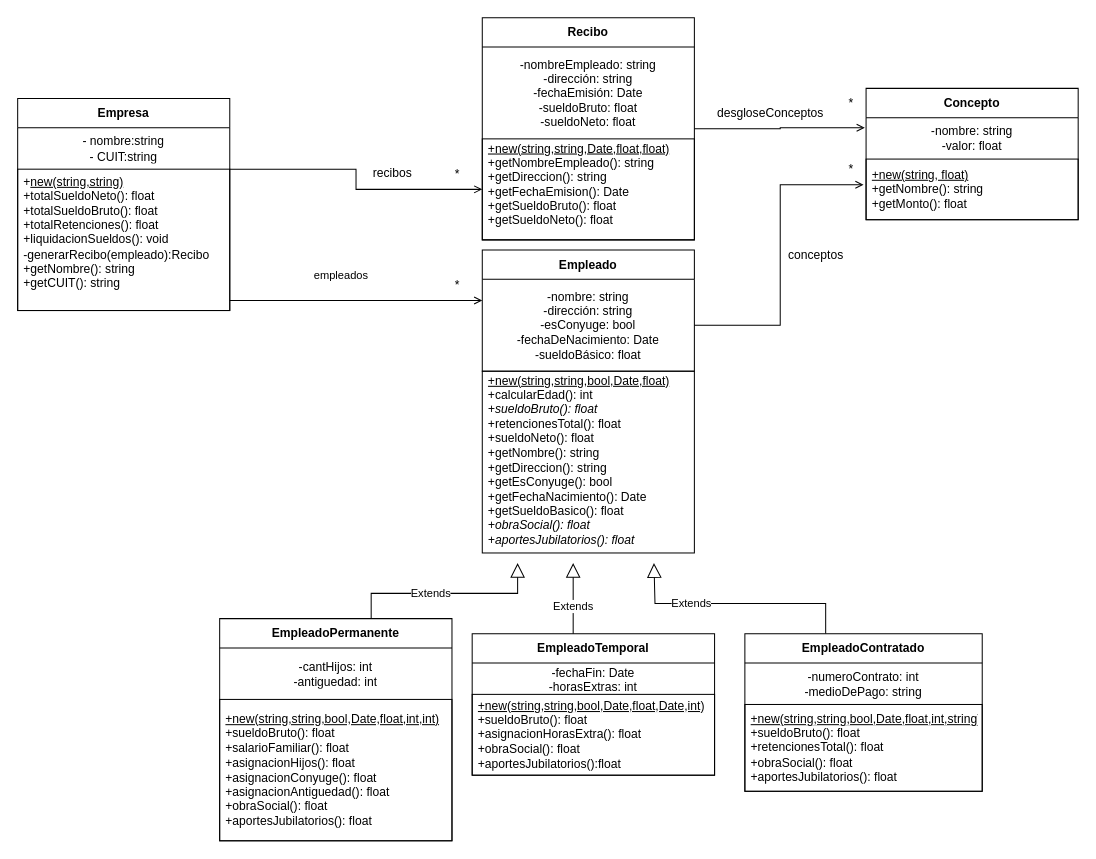
The draw.io diagram src/ar/edu/unq/po2/tp2/Ejercicio 2.drawio in titoCo12/02UNQ2do2025, before the edit. Source tidied: cells renumbered, new cells numbered last; positions are measured from the earlier drawing's top-left corner, leaving out a move shared by most shapes. Both pictures are drawn from the tidied source at 101%, with x=0, y=0 at pixel (17, 17).
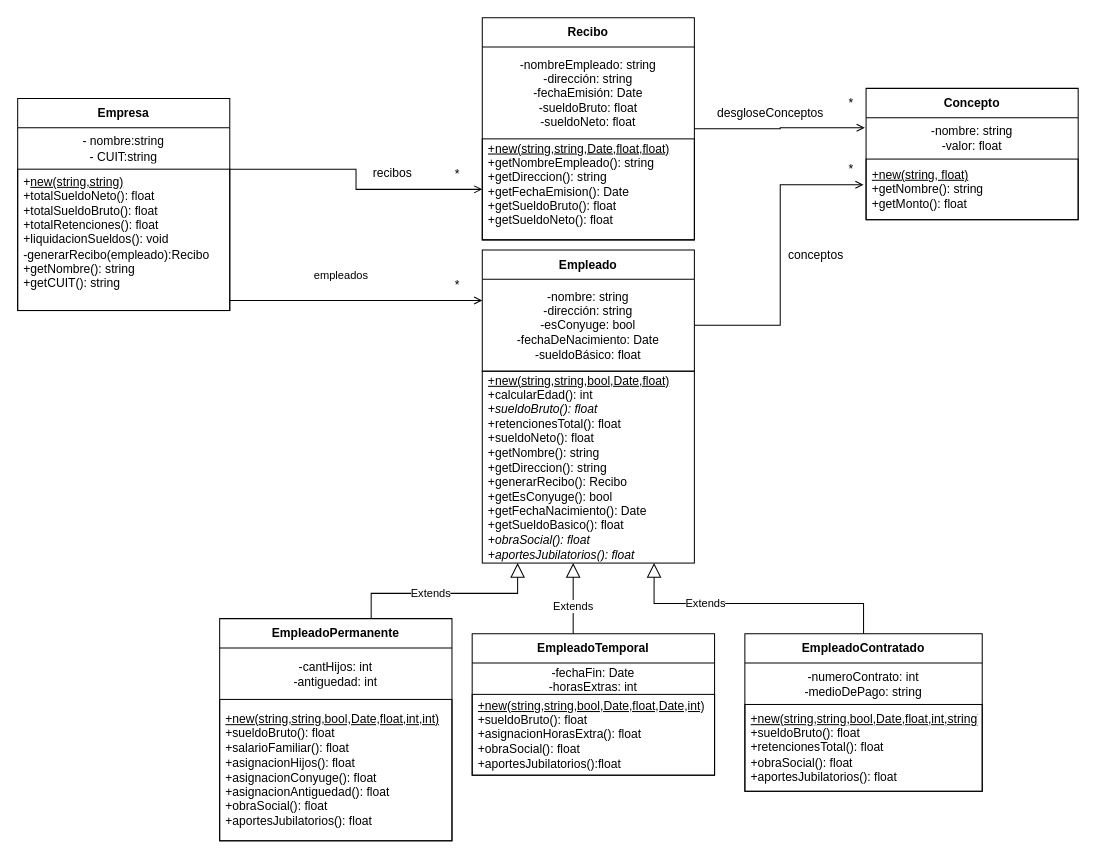
The same diagram, later.

Unchanged cells that the change refers to:
```xml
<mxCell id="36" value="EmpleadoContratado" style="swimlane;fontStyle=1;align=center;verticalAlign=middle;horizontal=1;startSize=29;html=1;whiteSpace=wrap;" parent="1" vertex="1">
  <mxGeometry x="720" y="610" width="235" height="156" as="geometry" />
</mxCell>
```

Diff of the diagram source:
```diff
@@
-    <mxCell id="17" value="&lt;div&gt;&lt;u&gt;+new(string,string,bool,Date,float)&lt;/u&gt;&lt;/div&gt;+calcularEdad(): int&lt;div&gt;&lt;i&gt;+sueldoBruto(): float&lt;/i&gt;&lt;/div&gt;&lt;div&gt;+retencionesTotal(): float&lt;/div&gt;&lt;div&gt;+sueldoNeto(): float&lt;/div&gt;&lt;div&gt;+getNombre(): string&lt;/div&gt;&lt;div&gt;+getDireccion(): string&lt;/div&gt;&lt;div&gt;+getEsConyuge(): bool&lt;/div&gt;&lt;div&gt;+getFechaNacimiento(): Date&lt;/div&gt;&lt;div&gt;+getSueldoBasico(): float&lt;/div&gt;&lt;div&gt;&lt;i&gt;+obraSocial(): float&lt;/i&gt;&lt;/div&gt;&lt;div&gt;&lt;i&gt;+aportesJubilatorios(): float&lt;/i&gt;&lt;/div&gt;&lt;div&gt;&lt;br&gt;&lt;/div&gt;&lt;div&gt;&lt;i&gt;&lt;br&gt;&lt;/i&gt;&lt;/div&gt;&lt;div&gt;&lt;br&gt;&lt;div&gt;&lt;br&gt;&lt;div&gt;&lt;br&gt;&lt;/div&gt;&lt;div&gt;&lt;br&gt;&lt;/div&gt;&lt;/div&gt;&lt;/div&gt;" style="text;html=1;strokeColor=default;fillColor=none;align=left;verticalAlign=middle;spacingLeft=4;spacingRight=4;overflow=hidden;points=[[0,0.5],[1,0.5]];portConstraint=eastwest;whiteSpace=wrap;" parent="1" vertex="1">
-      <mxGeometry x="460" y="350" width="210" height="180" as="geometry" />
+    <mxCell id="17" value="&lt;div&gt;&lt;u&gt;+new(string,string,bool,Date,float)&lt;/u&gt;&lt;/div&gt;+calcularEdad(): int&lt;div&gt;&lt;i&gt;+sueldoBruto(): float&lt;/i&gt;&lt;/div&gt;&lt;div&gt;+retencionesTotal(): float&lt;/div&gt;&lt;div&gt;+sueldoNeto(): float&lt;/div&gt;&lt;div&gt;+getNombre(): string&lt;/div&gt;&lt;div&gt;+getDireccion(): string&lt;/div&gt;&lt;div&gt;+generarRecibo(): Recibo&lt;/div&gt;&lt;div&gt;+getEsConyuge(): bool&lt;/div&gt;&lt;div&gt;+getFechaNacimiento(): Date&lt;/div&gt;&lt;div&gt;+getSueldoBasico(): float&lt;/div&gt;&lt;div&gt;&lt;i&gt;+obraSocial(): float&lt;/i&gt;&lt;/div&gt;&lt;div&gt;&lt;i&gt;+aportesJubilatorios(): float&lt;/i&gt;&lt;/div&gt;&lt;div&gt;&lt;br&gt;&lt;/div&gt;&lt;div&gt;&lt;i&gt;&lt;br&gt;&lt;/i&gt;&lt;/div&gt;&lt;div&gt;&lt;br&gt;&lt;div&gt;&lt;br&gt;&lt;div&gt;&lt;br&gt;&lt;/div&gt;&lt;div&gt;&lt;br&gt;&lt;/div&gt;&lt;/div&gt;&lt;/div&gt;" style="text;html=1;strokeColor=default;fillColor=none;align=left;verticalAlign=middle;spacingLeft=4;spacingRight=4;overflow=hidden;points=[[0,0.5],[1,0.5]];portConstraint=eastwest;whiteSpace=wrap;" parent="1" vertex="1">
+      <mxGeometry x="460" y="350" width="210" height="190" as="geometry" />
     </mxCell>
@@
-    <mxCell id="34" style="edgeStyle=orthogonalEdgeStyle;rounded=0;jettySize=auto;html=1;endArrow=block;endFill=0;strokeWidth=1;endSize=12;" parent="1" edge="1" source="36">
-      <mxGeometry relative="1" as="geometry">
-        <mxPoint x="630" y="540" as="targetPoint" />
-        <Array as="points">
-          <mxPoint x="800" y="580" />
-          <mxPoint x="631" y="580" />
-          <mxPoint x="631" y="540" />
-        </Array>
-      </mxGeometry>
-    </mxCell>
-    <mxCell id="35" value="Extends" style="edgeLabel;html=1;align=center;verticalAlign=middle;" parent="34" vertex="1">
-      <mxGeometry x="0.37" y="-1" relative="1" as="geometry" />
-    </mxCell>
@@
+    <mxCell id="39" style="edgeStyle=orthogonalEdgeStyle;rounded=0;jettySize=auto;html=1;entryX=0.81;entryY=1;entryDx=0;entryDy=0;entryPerimeter=0;endArrow=block;endFill=0;endSize=12;" parent="1" edge="1" source="36" target="17">
+      <mxGeometry relative="1" as="geometry" />
+    </mxCell>
+    <mxCell id="35" value="Extends" style="edgeLabel;html=1;align=center;verticalAlign=middle;" parent="39" vertex="1">
+      <mxGeometry x="0.35" y="-1" relative="1" as="geometry" />
+    </mxCell>
```
